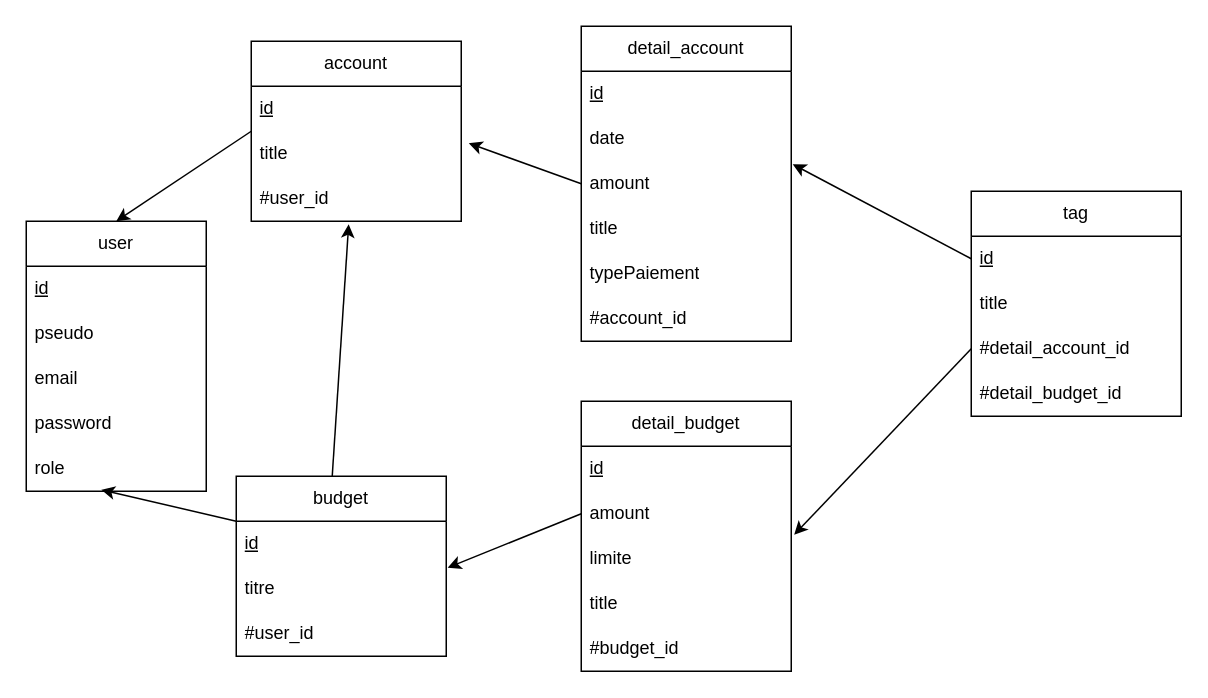
The draw.io diagram api/doc/mcd-mld-mpd/mld.drawio in johanrechtenstein/LaPince, before the edit. Source tidied: cells renumbered, new cells numbered last; positions are measured from the earlier drawing's top-left corner, leaving out a move shared by most shapes. Both pictures are drawn from the tidied source at 150%, with x=0, y=0 at pixel (26, 26).
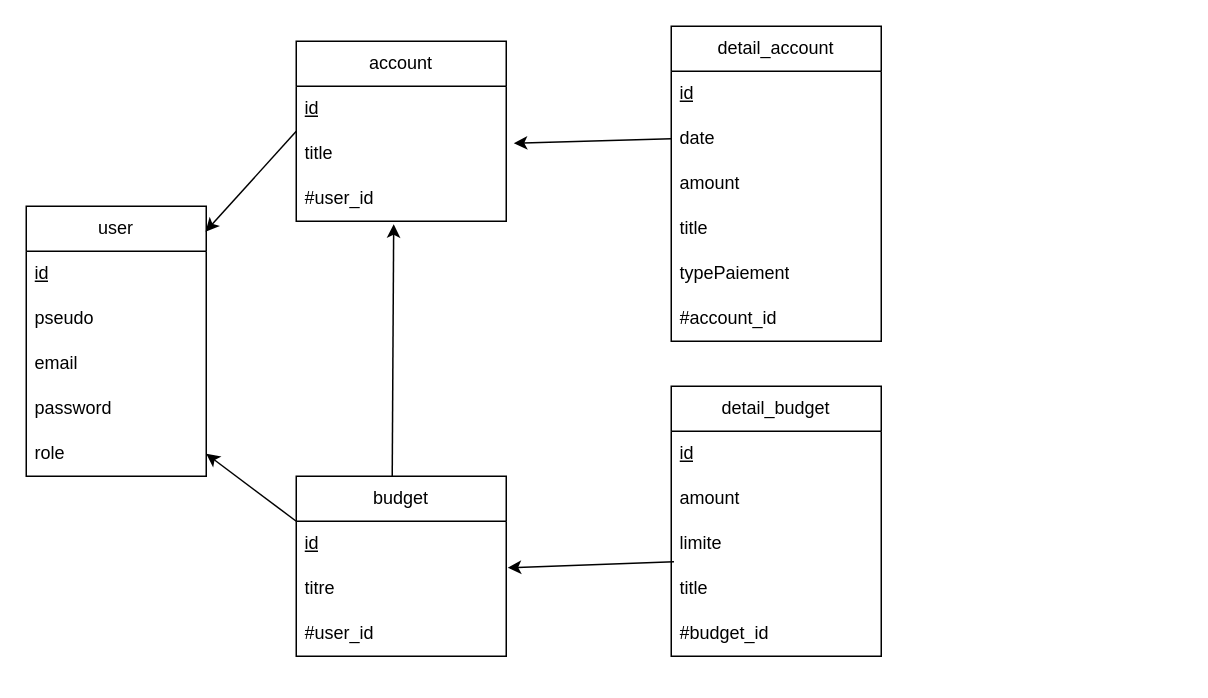
The same diagram, later.

Unchanged cells that the change refers to:
```xml
<mxCell id="12" value="role" style="text;strokeColor=none;fillColor=none;align=left;verticalAlign=middle;spacingLeft=4;spacingRight=4;overflow=hidden;points=[[0,0.5],[1,0.5]];portConstraint=eastwest;whiteSpace=wrap;html=1;" parent="7" vertex="1">
  <mxGeometry y="150" width="120" height="30" as="geometry" />
</mxCell>
<mxCell id="15" value="title" style="text;strokeColor=none;fillColor=none;align=left;verticalAlign=middle;spacingLeft=4;spacingRight=4;overflow=hidden;points=[[0,0.5],[1,0.5]];portConstraint=eastwest;whiteSpace=wrap;html=1;" parent="13" vertex="1">
  <mxGeometry y="60" width="140" height="30" as="geometry" />
</mxCell>
<mxCell id="19" value="titre" style="text;strokeColor=none;fillColor=none;align=left;verticalAlign=middle;spacingLeft=4;spacingRight=4;overflow=hidden;points=[[0,0.5],[1,0.5]];portConstraint=eastwest;whiteSpace=wrap;html=1;" parent="17" vertex="1">
  <mxGeometry y="60" width="140" height="30" as="geometry" />
</mxCell>
<mxCell id="23" value="date" style="text;strokeColor=none;fillColor=none;align=left;verticalAlign=middle;spacingLeft=4;spacingRight=4;overflow=hidden;points=[[0,0.5],[1,0.5]];portConstraint=eastwest;whiteSpace=wrap;html=1;" parent="21" vertex="1">
  <mxGeometry y="60" width="140" height="30" as="geometry" />
</mxCell>
<mxCell id="24" value="amount" style="text;strokeColor=none;fillColor=none;align=left;verticalAlign=middle;spacingLeft=4;spacingRight=4;overflow=hidden;points=[[0,0.5],[1,0.5]];portConstraint=eastwest;whiteSpace=wrap;html=1;" parent="21" vertex="1">
  <mxGeometry y="90" width="140" height="30" as="geometry" />
</mxCell>
<mxCell id="30" value="amount" style="text;strokeColor=none;fillColor=none;align=left;verticalAlign=middle;spacingLeft=4;spacingRight=4;overflow=hidden;points=[[0,0.5],[1,0.5]];portConstraint=eastwest;whiteSpace=wrap;html=1;" parent="28" vertex="1">
  <mxGeometry y="60" width="140" height="30" as="geometry" />
</mxCell>
<mxCell id="31" value="limite" style="text;strokeColor=none;fillColor=none;align=left;verticalAlign=middle;spacingLeft=4;spacingRight=4;overflow=hidden;points=[[0,0.5],[1,0.5]];portConstraint=eastwest;whiteSpace=wrap;html=1;" parent="28" vertex="1">
  <mxGeometry y="90" width="140" height="30" as="geometry" />
</mxCell>
```

Change to the diagram source:
```diff
@@
-    <mxCell id="2" value="tag" style="swimlane;fontStyle=0;horizontal=1;startSize=30;whiteSpace=wrap;html=1;" parent="1" vertex="1">
-      <mxGeometry x="630" y="110" width="140" height="150" as="geometry" />
-    </mxCell>
-    <mxCell id="3" value="&lt;u&gt;id&lt;/u&gt;" style="text;strokeColor=none;fillColor=none;align=left;verticalAlign=middle;spacingLeft=4;spacingRight=4;overflow=hidden;points=[[0,0.5],[1,0.5]];portConstraint=eastwest;whiteSpace=wrap;html=1;" parent="2" vertex="1">
-      <mxGeometry y="30" width="140" height="30" as="geometry" />
-    </mxCell>
-    <mxCell id="4" value="title" style="text;strokeColor=none;fillColor=none;align=left;verticalAlign=middle;spacingLeft=4;spacingRight=4;overflow=hidden;whiteSpace=wrap;html=1;" parent="2" vertex="1">
-      <mxGeometry y="60" width="140" height="30" as="geometry" />
-    </mxCell>
-    <mxCell id="5" value="#detail_account_id" style="text;strokeColor=none;fillColor=none;align=left;verticalAlign=middle;spacingLeft=4;spacingRight=4;overflow=hidden;points=[[0,0.5],[1,0.5]];portConstraint=eastwest;whiteSpace=wrap;html=1;" parent="2" vertex="1">
-      <mxGeometry y="90" width="140" height="30" as="geometry" />
-    </mxCell>
-    <mxCell id="6" value="#detail_budget_id" style="text;strokeColor=none;fillColor=none;align=left;verticalAlign=middle;spacingLeft=4;spacingRight=4;overflow=hidden;whiteSpace=wrap;html=1;" parent="2" vertex="1">
-      <mxGeometry y="120" width="140" height="30" as="geometry" />
-    </mxCell>
     <mxCell id="7" value="user" style="swimlane;fontStyle=0;horizontal=1;startSize=30;whiteSpace=wrap;html=1;" parent="1" vertex="1">
-      <mxGeometry y="130" width="120" height="180" as="geometry" />
+      <mxGeometry y="120" width="120" height="180" as="geometry" />
     </mxCell>
@@
     <mxCell id="13" value="account" style="swimlane;fontStyle=0;horizontal=1;startSize=30;whiteSpace=wrap;html=1;" parent="1" vertex="1">
-      <mxGeometry x="150" y="10" width="140" height="120" as="geometry" />
+      <mxGeometry x="180" y="10" width="140" height="120" as="geometry" />
     </mxCell>
@@
     <mxCell id="17" value="budget" style="swimlane;fontStyle=0;horizontal=1;startSize=30;whiteSpace=wrap;html=1;" parent="1" vertex="1">
-      <mxGeometry x="140" y="300" width="140" height="120" as="geometry" />
+      <mxGeometry x="180" y="300" width="140" height="120" as="geometry" />
     </mxCell>
@@
     <mxCell id="21" value="detail_account" style="swimlane;fontStyle=0;horizontal=1;startSize=30;whiteSpace=wrap;html=1;" parent="1" vertex="1">
-      <mxGeometry x="370" width="140" height="210" as="geometry" />
+      <mxGeometry x="430" width="140" height="210" as="geometry" />
     </mxCell>
@@
     <mxCell id="28" value="detail_budget" style="swimlane;fontStyle=0;horizontal=1;startSize=30;whiteSpace=wrap;html=1;" parent="1" vertex="1">
-      <mxGeometry x="370" y="250" width="140" height="180" as="geometry" />
+      <mxGeometry x="430" y="240" width="140" height="180" as="geometry" />
     </mxCell>
@@
-    <mxCell id="34" style="endArrow=classic;html=1;exitX=0;exitY=0.5;exitDx=0;exitDy=0;entryX=1.036;entryY=0.267;entryDx=0;entryDy=0;entryPerimeter=0;" parent="1" edge="1" source="24" target="15">
+    <mxCell id="34" style="endArrow=classic;html=1;exitX=0;exitY=0.5;exitDx=0;exitDy=0;entryX=1.036;entryY=0.267;entryDx=0;entryDy=0;entryPerimeter=0;" parent="1" edge="1" source="23" target="15">
       <mxGeometry relative="1" as="geometry" />
     </mxCell>
-    <mxCell id="35" style="endArrow=classic;html=1;exitX=0;exitY=0.5;exitDx=0;exitDy=0;entryX=0.5;entryY=0;entryDx=0;entryDy=0;" parent="1" edge="1" source="13" target="7">
+    <mxCell id="35" style="endArrow=classic;html=1;exitX=0;exitY=0.5;exitDx=0;exitDy=0;entryX=0.996;entryY=0.094;entryDx=0;entryDy=0;entryPerimeter=0;" parent="1" edge="1" source="13" target="7">
       <mxGeometry relative="1" as="geometry" />
     </mxCell>
@@
-    <mxCell id="37" style="endArrow=classic;html=1;entryX=1.007;entryY=1.067;entryDx=0;entryDy=0;entryPerimeter=0;exitX=0;exitY=0.5;exitDx=0;exitDy=0;" parent="1" edge="1" source="3" target="23">
-      <mxGeometry relative="1" as="geometry" />
-    </mxCell>
-    <mxCell id="38" style="endArrow=classic;html=1;entryX=1.014;entryY=-0.033;entryDx=0;entryDy=0;entryPerimeter=0;exitX=0;exitY=0.5;exitDx=0;exitDy=0;" parent="1" edge="1" source="5" target="31">
-      <mxGeometry relative="1" as="geometry" />
-    </mxCell>
-    <mxCell id="39" style="endArrow=classic;html=1;entryX=1.007;entryY=0.033;entryDx=0;entryDy=0;entryPerimeter=0;exitX=0;exitY=0.5;exitDx=0;exitDy=0;" parent="1" edge="1" source="30" target="19">
+    <mxCell id="39" style="endArrow=classic;html=1;entryX=1.007;entryY=0.033;entryDx=0;entryDy=0;entryPerimeter=0;exitX=0.013;exitY=0.898;exitDx=0;exitDy=0;exitPerimeter=0;" parent="1" edge="1" source="31" target="19">
       <mxGeometry relative="1" as="geometry" />
     </mxCell>
-    <mxCell id="40" style="endArrow=classic;html=1;exitX=0;exitY=0.25;exitDx=0;exitDy=0;entryX=0.417;entryY=0.967;entryDx=0;entryDy=0;entryPerimeter=0;" parent="1" edge="1" source="17" target="12">
+    <mxCell id="40" style="endArrow=classic;html=1;exitX=0;exitY=0.25;exitDx=0;exitDy=0;entryX=1;entryY=0.5;entryDx=0;entryDy=0;" parent="1" edge="1" source="17" target="12">
       <mxGeometry relative="1" as="geometry" />
     </mxCell>
```
